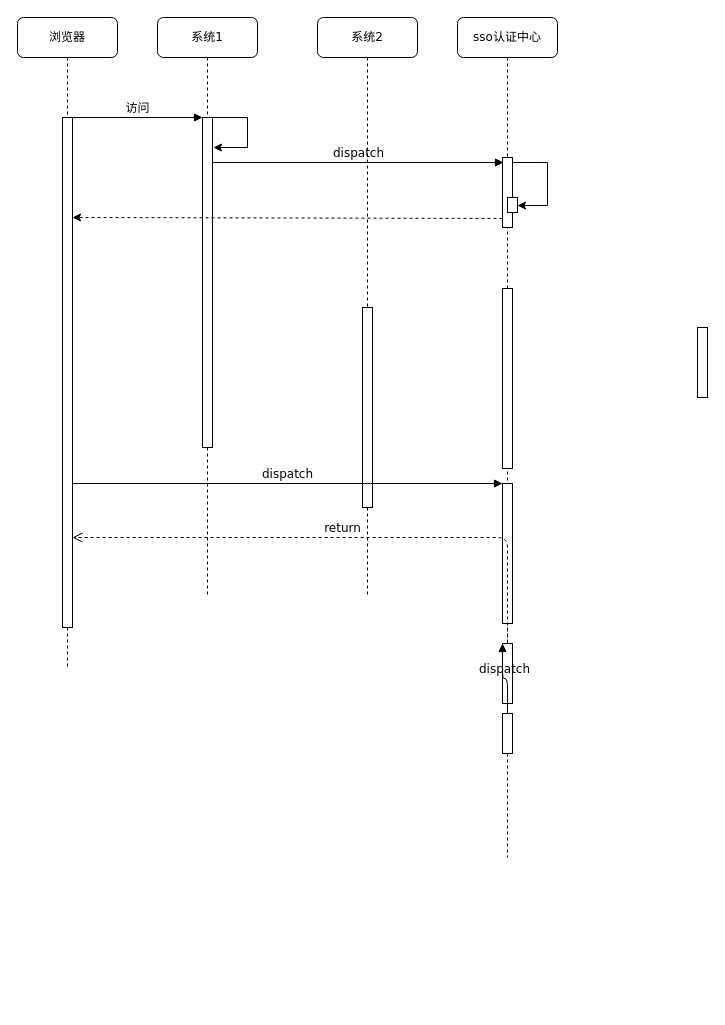
sun-beijixing/drawio keeps this draw.io diagram as page "第 1 页" (1 of 2) of 东庄信息化项目-统一权限管理-单点登录.drawio. Above is the earlier version. Source tidied: cells renumbered, new cells numbered last; positions are measured from the earlier drawing's top-left corner, leaving out a move shared by most shapes. Both pictures are drawn from the tidied source at 100%, with x=0, y=0 at pixel (17, 17).
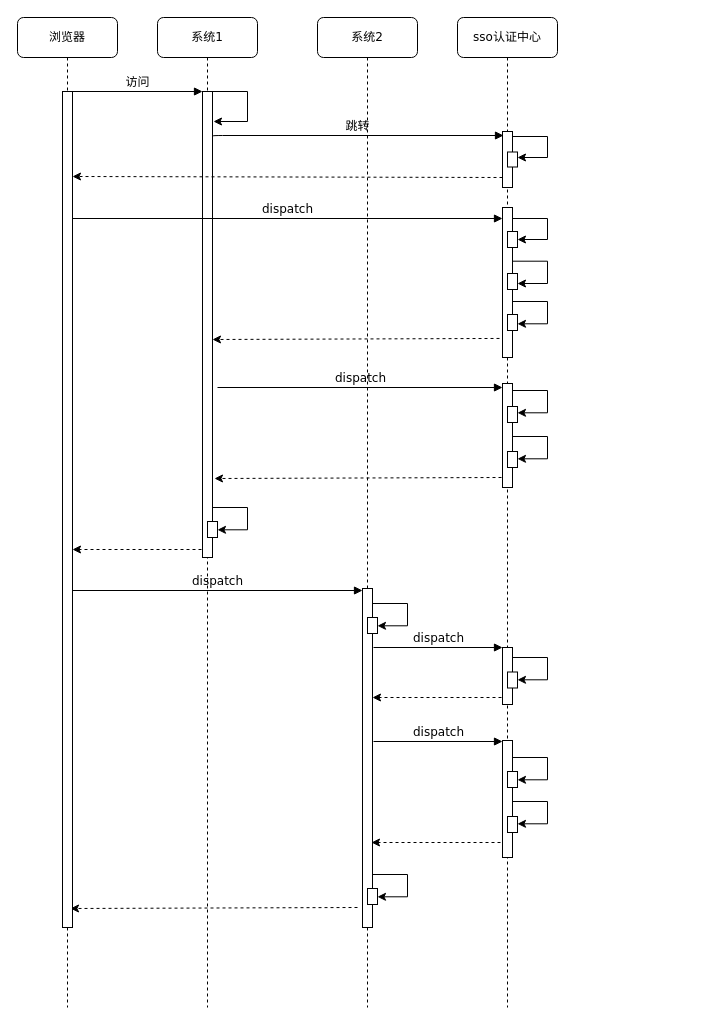
The same diagram, later.

Commit message (it also covers changes not shown here):
Update 东庄信息化项目-统一权限管理-单点登录.drawio

Diff of the diagram source:
```diff
@@
+    <mxCell id="7" value="sso认证中心" style="shape=umlLifeline;perimeter=lifelinePerimeter;whiteSpace=wrap;html=1;rounded=1;shadow=0;comic=0;labelBackgroundColor=none;strokeWidth=1;fontFamily=Verdana;fontSize=12;align=center;" parent="1" vertex="1">
+      <mxGeometry x="440" width="100" height="990" as="geometry" />
+    </mxCell>
+    <mxCell id="8" style="html=1;points=[];perimeter=orthogonalPerimeter;rounded=0;shadow=0;comic=0;labelBackgroundColor=none;strokeWidth=1;fontFamily=Verdana;fontSize=12;align=center;" parent="7" vertex="1">
+      <mxGeometry x="45" y="114" width="10" height="56" as="geometry" />
+    </mxCell>
+    <mxCell id="9" style="html=1;points=[];perimeter=orthogonalPerimeter;rounded=0;shadow=0;comic=0;labelBackgroundColor=none;strokeWidth=1;fontFamily=Verdana;fontSize=12;align=center;" parent="7" vertex="1">
+      <mxGeometry x="45" y="190" width="10" height="150" as="geometry" />
+    </mxCell>
+    <mxCell id="13" style="html=1;perimeter=orthogonalPerimeter;rounded=0;shadow=0;comic=0;labelBackgroundColor=none;strokeWidth=1;fontFamily=Verdana;fontSize=12;align=center;" parent="7" vertex="1">
+      <mxGeometry x="50" y="134.5" width="10" height="15" as="geometry" />
+    </mxCell>
+    <mxCell id="14" style="endArrow=classic;html=1;exitX=1;exitY=0.071;exitDx=0;exitDy=0;exitPerimeter=0;edgeStyle=orthogonalEdgeStyle;jumpSize=0;rounded=0;" parent="7" edge="1" source="8">
+      <mxGeometry relative="1" as="geometry">
+        <mxPoint x="60" y="140" as="targetPoint" />
+        <Array as="points">
+          <mxPoint x="90" y="119" />
+          <mxPoint x="90" y="140" />
+          <mxPoint x="60" y="140" />
+        </Array>
+      </mxGeometry>
+    </mxCell>
+    <mxCell id="23" style="html=1;perimeter=orthogonalPerimeter;rounded=0;shadow=0;comic=0;labelBackgroundColor=none;strokeWidth=1;fontFamily=Verdana;fontSize=12;align=center;" parent="7" vertex="1">
+      <mxGeometry x="50" y="214" width="10" height="16" as="geometry" />
+    </mxCell>
+    <mxCell id="24" style="html=1;perimeter=orthogonalPerimeter;rounded=0;shadow=0;comic=0;labelBackgroundColor=none;strokeWidth=1;fontFamily=Verdana;fontSize=12;align=center;" parent="7" vertex="1">
+      <mxGeometry x="50" y="297" width="10" height="16" as="geometry" />
+    </mxCell>
+    <mxCell id="25" style="html=1;perimeter=orthogonalPerimeter;rounded=0;shadow=0;comic=0;labelBackgroundColor=none;strokeWidth=1;fontFamily=Verdana;fontSize=12;align=center;" parent="7" vertex="1">
+      <mxGeometry x="50" y="256" width="10" height="16" as="geometry" />
+    </mxCell>
+    <mxCell id="26" style="html=1;perimeter=orthogonalPerimeter;rounded=0;shadow=0;comic=0;labelBackgroundColor=none;strokeWidth=1;fontFamily=Verdana;fontSize=12;align=center;" parent="7" vertex="1">
+      <mxGeometry x="45" y="366" width="10" height="104" as="geometry" />
+    </mxCell>
+    <mxCell id="27" style="html=1;perimeter=orthogonalPerimeter;rounded=0;shadow=0;comic=0;labelBackgroundColor=none;strokeWidth=1;fontFamily=Verdana;fontSize=12;align=center;" parent="7" vertex="1">
+      <mxGeometry x="50" y="389" width="10" height="16" as="geometry" />
+    </mxCell>
+    <mxCell id="28" style="html=1;perimeter=orthogonalPerimeter;rounded=0;shadow=0;comic=0;labelBackgroundColor=none;strokeWidth=1;fontFamily=Verdana;fontSize=12;align=center;" parent="7" vertex="1">
+      <mxGeometry x="50" y="434" width="10" height="16" as="geometry" />
+    </mxCell>
+    <mxCell id="29" style="html=1;perimeter=orthogonalPerimeter;rounded=0;shadow=0;comic=0;labelBackgroundColor=none;strokeWidth=1;fontFamily=Verdana;fontSize=12;align=center;" parent="7" vertex="1">
+      <mxGeometry x="45" y="723" width="10" height="117" as="geometry" />
+    </mxCell>
+    <mxCell id="30" style="html=1;perimeter=orthogonalPerimeter;rounded=0;shadow=0;comic=0;labelBackgroundColor=none;strokeWidth=1;fontFamily=Verdana;fontSize=12;align=center;" parent="7" vertex="1">
+      <mxGeometry x="50" y="754" width="10" height="16" as="geometry" />
+    </mxCell>
+    <mxCell id="31" style="html=1;perimeter=orthogonalPerimeter;rounded=0;shadow=0;comic=0;labelBackgroundColor=none;strokeWidth=1;fontFamily=Verdana;fontSize=12;align=center;" parent="7" vertex="1">
+      <mxGeometry x="50" y="799" width="10" height="16" as="geometry" />
+    </mxCell>
+    <mxCell id="32" style="html=1;perimeter=orthogonalPerimeter;rounded=0;shadow=0;comic=0;labelBackgroundColor=none;strokeWidth=1;fontFamily=Verdana;fontSize=12;align=center;" parent="7" vertex="1">
+      <mxGeometry x="45" y="630" width="10" height="57" as="geometry" />
+    </mxCell>
+    <mxCell id="33" style="html=1;perimeter=orthogonalPerimeter;rounded=0;shadow=0;comic=0;labelBackgroundColor=none;strokeWidth=1;fontFamily=Verdana;fontSize=12;align=center;" parent="7" vertex="1">
+      <mxGeometry x="50" y="654.5" width="10" height="16" as="geometry" />
+    </mxCell>
+    <mxCell id="34" style="endArrow=classic;html=1;exitX=1;exitY=0.071;exitDx=0;exitDy=0;exitPerimeter=0;edgeStyle=orthogonalEdgeStyle;jumpSize=0;rounded=0;" parent="7" edge="1">
+      <mxGeometry relative="1" as="geometry">
+        <mxPoint x="55" y="243.7" as="sourcePoint" />
+        <mxPoint x="60" y="266" as="targetPoint" />
+        <Array as="points">
+          <mxPoint x="90" y="244" />
+          <mxPoint x="90" y="266" />
+          <mxPoint x="60" y="266" />
+        </Array>
+      </mxGeometry>
+    </mxCell>
+    <mxCell id="35" style="endArrow=classic;html=1;exitX=1;exitY=0.071;exitDx=0;exitDy=0;exitPerimeter=0;edgeStyle=orthogonalEdgeStyle;jumpSize=0;rounded=0;" parent="7" edge="1">
+      <mxGeometry relative="1" as="geometry">
+        <mxPoint x="55" y="200" as="sourcePoint" />
+        <mxPoint x="60" y="222" as="targetPoint" />
+        <Array as="points">
+          <mxPoint x="90" y="201" />
+          <mxPoint x="90" y="222" />
+          <mxPoint x="60" y="222" />
+        </Array>
+      </mxGeometry>
+    </mxCell>
+    <mxCell id="36" style="endArrow=classic;html=1;exitX=1;exitY=0.071;exitDx=0;exitDy=0;exitPerimeter=0;edgeStyle=orthogonalEdgeStyle;jumpSize=0;rounded=0;" parent="7" edge="1">
+      <mxGeometry relative="1" as="geometry">
+        <mxPoint x="55" y="284" as="sourcePoint" />
+        <mxPoint x="60" y="306.3" as="targetPoint" />
+        <Array as="points">
+          <mxPoint x="90" y="284.3" />
+          <mxPoint x="90" y="306.3" />
+          <mxPoint x="60" y="306.3" />
+        </Array>
+      </mxGeometry>
+    </mxCell>
+    <mxCell id="37" style="endArrow=classic;html=1;exitX=1;exitY=0.071;exitDx=0;exitDy=0;exitPerimeter=0;edgeStyle=orthogonalEdgeStyle;jumpSize=0;rounded=0;" parent="7" edge="1">
+      <mxGeometry relative="1" as="geometry">
+        <mxPoint x="55" y="373" as="sourcePoint" />
+        <mxPoint x="60" y="395.3" as="targetPoint" />
+        <Array as="points">
+          <mxPoint x="90" y="373.3" />
+          <mxPoint x="90" y="395.3" />
+          <mxPoint x="60" y="395.3" />
+        </Array>
+      </mxGeometry>
+    </mxCell>
+    <mxCell id="38" style="endArrow=classic;html=1;exitX=1;exitY=0.071;exitDx=0;exitDy=0;exitPerimeter=0;edgeStyle=orthogonalEdgeStyle;jumpSize=0;rounded=0;" parent="7" edge="1">
+      <mxGeometry relative="1" as="geometry">
+        <mxPoint x="55" y="419" as="sourcePoint" />
+        <mxPoint x="60" y="441.3" as="targetPoint" />
+        <Array as="points">
+          <mxPoint x="90" y="419.3" />
+          <mxPoint x="90" y="441.3" />
+          <mxPoint x="60" y="441.3" />
+        </Array>
+      </mxGeometry>
+    </mxCell>
+    <mxCell id="39" style="endArrow=classic;html=1;exitX=1;exitY=0.071;exitDx=0;exitDy=0;exitPerimeter=0;edgeStyle=orthogonalEdgeStyle;jumpSize=0;rounded=0;" parent="7" edge="1">
+      <mxGeometry relative="1" as="geometry">
+        <mxPoint x="55" y="640" as="sourcePoint" />
+        <mxPoint x="60" y="662.3" as="targetPoint" />
+        <Array as="points">
+          <mxPoint x="90" y="640.3" />
+          <mxPoint x="90" y="662.3" />
+          <mxPoint x="60" y="662.3" />
+        </Array>
+      </mxGeometry>
+    </mxCell>
+    <mxCell id="40" style="endArrow=classic;html=1;exitX=1;exitY=0.071;exitDx=0;exitDy=0;exitPerimeter=0;edgeStyle=orthogonalEdgeStyle;jumpSize=0;rounded=0;" parent="7" edge="1">
+      <mxGeometry relative="1" as="geometry">
+        <mxPoint x="55" y="740" as="sourcePoint" />
+        <mxPoint x="60" y="762.3" as="targetPoint" />
+        <Array as="points">
+          <mxPoint x="90" y="740.3" />
+          <mxPoint x="90" y="762.3" />
+          <mxPoint x="60" y="762.3" />
+        </Array>
+      </mxGeometry>
+    </mxCell>
+    <mxCell id="41" style="endArrow=classic;html=1;exitX=1;exitY=0.071;exitDx=0;exitDy=0;exitPerimeter=0;edgeStyle=orthogonalEdgeStyle;jumpSize=0;rounded=0;" parent="7" edge="1">
+      <mxGeometry relative="1" as="geometry">
+        <mxPoint x="55" y="784" as="sourcePoint" />
+        <mxPoint x="60" y="806.3" as="targetPoint" />
+        <Array as="points">
+          <mxPoint x="90" y="784.3" />
+          <mxPoint x="90" y="806.3" />
+          <mxPoint x="60" y="806.3" />
+        </Array>
+      </mxGeometry>
+    </mxCell>
     <mxCell id="2" value="系统1" style="shape=umlLifeline;perimeter=lifelinePerimeter;whiteSpace=wrap;html=1;rounded=1;shadow=0;comic=0;labelBackgroundColor=none;strokeWidth=1;fontFamily=Verdana;fontSize=12;align=center;" parent="1" vertex="1">
-      <mxGeometry x="140" width="100" height="580" as="geometry" />
+      <mxGeometry x="140" width="100" height="990" as="geometry" />
     </mxCell>
     <mxCell id="3" style="html=1;points=[];perimeter=orthogonalPerimeter;rounded=0;shadow=0;comic=0;labelBackgroundColor=none;strokeWidth=1;fontFamily=Verdana;fontSize=12;align=center;" parent="2" vertex="1">
-      <mxGeometry x="45" y="100" width="10" height="330" as="geometry" />
+      <mxGeometry x="45" y="74" width="10" height="466" as="geometry" />
     </mxCell>
     <mxCell id="4" style="endArrow=classic;html=1;exitX=1;exitY=0.071;exitDx=0;exitDy=0;exitPerimeter=0;edgeStyle=orthogonalEdgeStyle;jumpSize=0;rounded=0;" parent="2" edge="1">
       <mxGeometry relative="1" as="geometry">
-        <mxPoint x="55" y="100" as="sourcePoint" />
-        <mxPoint x="56" y="130" as="targetPoint" />
+        <mxPoint x="55" y="74" as="sourcePoint" />
+        <mxPoint x="56" y="104" as="targetPoint" />
         <Array as="points">
-          <mxPoint x="90" y="100" />
-          <mxPoint x="90" y="130" />
-          <mxPoint x="56" y="130" />
+          <mxPoint x="90" y="74" />
+          <mxPoint x="90" y="104" />
+          <mxPoint x="56" y="104" />
         </Array>
       </mxGeometry>
     </mxCell>
+    <mxCell id="42" style="html=1;perimeter=orthogonalPerimeter;rounded=0;shadow=0;comic=0;labelBackgroundColor=none;strokeWidth=1;fontFamily=Verdana;fontSize=12;align=center;" parent="2" vertex="1">
+      <mxGeometry x="50" y="504" width="10" height="16" as="geometry" />
+    </mxCell>
+    <mxCell id="43" style="endArrow=classic;html=1;exitX=1;exitY=0.071;exitDx=0;exitDy=0;exitPerimeter=0;edgeStyle=orthogonalEdgeStyle;jumpSize=0;rounded=0;" parent="2" edge="1">
+      <mxGeometry relative="1" as="geometry">
+        <mxPoint x="55" y="490" as="sourcePoint" />
+        <mxPoint x="60" y="512.3" as="targetPoint" />
+        <Array as="points">
+          <mxPoint x="90" y="490.3" />
+          <mxPoint x="90" y="512.3" />
+          <mxPoint x="60" y="512.3" />
+        </Array>
+      </mxGeometry>
+    </mxCell>
+    <mxCell id="44" value="dispatch" style="html=1;verticalAlign=bottom;endArrow=block;entryX=0;entryY=0;labelBackgroundColor=none;fontFamily=Verdana;fontSize=12;" parent="2" edge="1">
+      <mxGeometry relative="1" as="geometry">
+        <mxPoint x="-85" y="573" as="sourcePoint" />
+        <mxPoint x="205" y="573" as="targetPoint" />
+      </mxGeometry>
+    </mxCell>
+    <mxCell id="45" style="endArrow=classic;html=1;rounded=0;jumpSize=0;dashed=1;exitX=-0.3;exitY=0.873;exitDx=0;exitDy=0;exitPerimeter=0;" parent="2" edge="1">
+      <mxGeometry relative="1" as="geometry">
+        <mxPoint x="200" y="890" as="sourcePoint" />
+        <mxPoint x="-87" y="891" as="targetPoint" />
+      </mxGeometry>
+    </mxCell>
     <mxCell id="5" value="系统2" style="shape=umlLifeline;perimeter=lifelinePerimeter;whiteSpace=wrap;html=1;rounded=1;shadow=0;comic=0;labelBackgroundColor=none;strokeWidth=1;fontFamily=Verdana;fontSize=12;align=center;" parent="1" vertex="1">
-      <mxGeometry x="300" width="100" height="580" as="geometry" />
+      <mxGeometry x="300" width="100" height="990" as="geometry" />
     </mxCell>
     <mxCell id="6" style="html=1;perimeter=orthogonalPerimeter;rounded=0;shadow=0;comic=0;labelBackgroundColor=none;strokeWidth=1;fontFamily=Verdana;fontSize=12;align=center;" parent="5" vertex="1">
-      <mxGeometry x="45" y="290" width="10" height="200" as="geometry" />
+      <mxGeometry x="45" y="571" width="10" height="339" as="geometry" />
     </mxCell>
-    <mxCell id="7" value="sso认证中心" style="shape=umlLifeline;perimeter=lifelinePerimeter;whiteSpace=wrap;html=1;rounded=1;shadow=0;comic=0;labelBackgroundColor=none;strokeWidth=1;fontFamily=Verdana;fontSize=12;align=center;" parent="1" vertex="1">
-      <mxGeometry x="440" width="100" height="840" as="geometry" />
-    </mxCell>
-    <mxCell id="8" style="html=1;points=[];perimeter=orthogonalPerimeter;rounded=0;shadow=0;comic=0;labelBackgroundColor=none;strokeWidth=1;fontFamily=Verdana;fontSize=12;align=center;" parent="7" vertex="1">
-      <mxGeometry x="45" y="140" width="10" height="70" as="geometry" />
-    </mxCell>
-    <mxCell id="9" style="html=1;points=[];perimeter=orthogonalPerimeter;rounded=0;shadow=0;comic=0;labelBackgroundColor=none;strokeWidth=1;fontFamily=Verdana;fontSize=12;align=center;" parent="7" vertex="1">
-      <mxGeometry x="45" y="271" width="10" height="180" as="geometry" />
-    </mxCell>
-    <mxCell id="10" style="html=1;points=[];perimeter=orthogonalPerimeter;rounded=0;shadow=0;comic=0;labelBackgroundColor=none;strokeWidth=1;fontFamily=Verdana;fontSize=12;align=center;" parent="7" vertex="1">
-      <mxGeometry x="45" y="626" width="10" height="60" as="geometry" />
-    </mxCell>
-    <mxCell id="11" style="html=1;points=[];perimeter=orthogonalPerimeter;rounded=0;shadow=0;comic=0;labelBackgroundColor=none;strokeWidth=1;fontFamily=Verdana;fontSize=12;align=center;" parent="7" vertex="1">
-      <mxGeometry x="45" y="696" width="10" height="40" as="geometry" />
-    </mxCell>
-    <mxCell id="12" value="dispatch" style="html=1;verticalAlign=bottom;endArrow=block;entryX=0;entryY=0;labelBackgroundColor=none;fontFamily=Verdana;fontSize=12;edgeStyle=elbowEdgeStyle;elbow=vertical;" parent="7" edge="1" source="11" target="10">
-      <mxGeometry relative="1" as="geometry" />
-    </mxCell>
-    <mxCell id="13" style="html=1;perimeter=orthogonalPerimeter;rounded=0;shadow=0;comic=0;labelBackgroundColor=none;strokeWidth=1;fontFamily=Verdana;fontSize=12;align=center;" parent="7" vertex="1">
-      <mxGeometry x="50" y="180" width="10" height="15" as="geometry" />
-    </mxCell>
-    <mxCell id="14" style="endArrow=classic;html=1;exitX=1;exitY=0.071;exitDx=0;exitDy=0;exitPerimeter=0;edgeStyle=orthogonalEdgeStyle;jumpSize=0;rounded=0;" parent="7" edge="1" source="8">
-      <mxGeometry relative="1" as="geometry">
-        <mxPoint x="60" y="188" as="targetPoint" />
-        <Array as="points">
-          <mxPoint x="90" y="145" />
-          <mxPoint x="90" y="188" />
-        </Array>
-      </mxGeometry>
-    </mxCell>
+    <mxCell id="46" value="dispatch" style="html=1;verticalAlign=bottom;endArrow=block;entryX=0;entryY=0;labelBackgroundColor=none;fontFamily=Verdana;fontSize=12;" parent="5" edge="1">
+      <mxGeometry relative="1" as="geometry">
+        <mxPoint x="-100" y="370" as="sourcePoint" />
+        <mxPoint x="185" y="370" as="targetPoint" />
+      </mxGeometry>
+    </mxCell>
+    <mxCell id="47" value="dispatch" style="html=1;verticalAlign=bottom;endArrow=block;entryX=0;entryY=0;labelBackgroundColor=none;fontFamily=Verdana;fontSize=12;" parent="5" edge="1">
+      <mxGeometry relative="1" as="geometry">
+        <mxPoint x="56" y="630" as="sourcePoint" />
+        <mxPoint x="185" y="630" as="targetPoint" />
+      </mxGeometry>
+    </mxCell>
+    <mxCell id="48" style="endArrow=classic;html=1;rounded=0;jumpSize=0;dashed=1;" parent="5" edge="1">
+      <mxGeometry relative="1" as="geometry">
+        <mxPoint x="184" y="680" as="sourcePoint" />
+        <mxPoint x="55" y="680" as="targetPoint" />
+      </mxGeometry>
+    </mxCell>
     <mxCell id="15" value="浏览器" style="shape=umlLifeline;perimeter=lifelinePerimeter;whiteSpace=wrap;html=1;rounded=1;shadow=0;comic=0;labelBackgroundColor=none;strokeWidth=1;fontFamily=Verdana;fontSize=12;align=center;" parent="1" vertex="1">
-      <mxGeometry width="100" height="650" as="geometry" />
+      <mxGeometry width="100" height="990" as="geometry" />
     </mxCell>
     <mxCell id="16" style="html=1;points=[];perimeter=orthogonalPerimeter;rounded=0;shadow=0;comic=0;labelBackgroundColor=none;strokeWidth=1;fontFamily=Verdana;fontSize=12;align=center;" parent="15" vertex="1">
-      <mxGeometry x="45" y="100" width="10" height="510" as="geometry" />
+      <mxGeometry x="45" y="74" width="10" height="836" as="geometry" />
     </mxCell>
-    <mxCell id="17" style="endArrow=classic;html=1;rounded=0;jumpSize=0;dashed=1;exitX=0;exitY=0.871;exitDx=0;exitDy=0;exitPerimeter=0;" parent="15" edge="1" source="8">
+    <mxCell id="17" style="endArrow=classic;html=1;rounded=0;jumpSize=0;dashed=1;exitX=0;exitY=0.871;exitDx=0;exitDy=0;exitPerimeter=0;" parent="15" edge="1">
       <mxGeometry relative="1" as="geometry">
-        <mxPoint x="55" y="200" as="targetPoint" />
+        <mxPoint x="485" y="160" as="sourcePoint" />
+        <mxPoint x="55" y="159" as="targetPoint" />
       </mxGeometry>
     </mxCell>
-    <mxCell id="18" style="html=1;points=[];perimeter=orthogonalPerimeter;rounded=0;shadow=0;comic=0;labelBackgroundColor=none;strokeWidth=1;fontFamily=Verdana;fontSize=12;align=center;" parent="1" vertex="1">
-      <mxGeometry x="485" y="466" width="10" height="140" as="geometry" />
-    </mxCell>
-    <mxCell id="19" value="dispatch" style="html=1;verticalAlign=bottom;endArrow=block;entryX=0;entryY=0;labelBackgroundColor=none;fontFamily=Verdana;fontSize=12;" parent="1" edge="1" source="16" target="18">
-      <mxGeometry relative="1" as="geometry" />
+    <mxCell id="19" value="dispatch" style="html=1;verticalAlign=bottom;endArrow=block;entryX=0;entryY=0;labelBackgroundColor=none;fontFamily=Verdana;fontSize=12;" parent="1" edge="1">
+      <mxGeometry relative="1" as="geometry">
+        <mxPoint x="55" y="201" as="sourcePoint" />
+        <mxPoint x="485" y="201" as="targetPoint" />
+      </mxGeometry>
     </mxCell>
-    <mxCell id="20" value="return" style="html=1;verticalAlign=bottom;endArrow=open;dashed=1;endSize=8;labelBackgroundColor=none;fontFamily=Verdana;fontSize=12;edgeStyle=elbowEdgeStyle;elbow=vertical;" parent="1" edge="1" source="10" target="16">
-      <mxGeometry relative="1" as="geometry">
-        <Array as="points">
-          <mxPoint x="470" y="520" />
-        </Array>
-      </mxGeometry>
-    </mxCell>
@@
-    <mxCell id="22" value="dispatch" style="html=1;verticalAlign=bottom;endArrow=block;entryX=0.1;entryY=0.071;labelBackgroundColor=none;fontFamily=Verdana;fontSize=12;edgeStyle=elbowEdgeStyle;elbow=vertical;entryDx=0;entryDy=0;entryPerimeter=0;" parent="1" edge="1" target="8">
+    <mxCell id="22" value="跳转" style="html=1;verticalAlign=bottom;endArrow=block;entryX=0.1;entryY=0.071;labelBackgroundColor=none;fontFamily=Verdana;fontSize=12;edgeStyle=elbowEdgeStyle;elbow=vertical;entryDx=0;entryDy=0;entryPerimeter=0;" parent="1" edge="1" target="8">
       <mxGeometry relative="1" as="geometry">
-        <mxPoint x="195" y="145" as="sourcePoint" />
-        <Array as="points">
-          <mxPoint x="480" y="145" />
-        </Array>
+        <mxPoint x="195" y="119" as="sourcePoint" />
       </mxGeometry>
     </mxCell>
-    <mxCell id="23" style="html=1;perimeter=orthogonalPerimeter;rounded=0;shadow=0;comic=0;labelBackgroundColor=none;strokeWidth=1;fontFamily=Verdana;fontSize=12;align=center;" parent="1" vertex="1">
-      <mxGeometry x="680" y="310" width="10" height="70" as="geometry" />
-    </mxCell>
+    <mxCell id="49" style="endArrow=classic;html=1;rounded=0;jumpSize=0;dashed=1;exitX=-0.3;exitY=0.873;exitDx=0;exitDy=0;exitPerimeter=0;" parent="1" edge="1" source="9">
+      <mxGeometry relative="1" as="geometry">
+        <mxPoint x="195" y="322" as="targetPoint" />
+      </mxGeometry>
+    </mxCell>
+    <mxCell id="50" style="endArrow=classic;html=1;rounded=0;jumpSize=0;dashed=1;exitX=-0.3;exitY=0.873;exitDx=0;exitDy=0;exitPerimeter=0;" parent="1" edge="1">
+      <mxGeometry relative="1" as="geometry">
+        <mxPoint x="484" y="460" as="sourcePoint" />
+        <mxPoint x="197" y="461" as="targetPoint" />
+      </mxGeometry>
+    </mxCell>
+    <mxCell id="51" style="endArrow=classic;html=1;rounded=0;jumpSize=0;dashed=1;" parent="1" edge="1">
+      <mxGeometry relative="1" as="geometry">
+        <mxPoint x="184" y="532" as="sourcePoint" />
+        <mxPoint x="55" y="532" as="targetPoint" />
+      </mxGeometry>
+    </mxCell>
+    <mxCell id="52" style="html=1;perimeter=orthogonalPerimeter;rounded=0;shadow=0;comic=0;labelBackgroundColor=none;strokeWidth=1;fontFamily=Verdana;fontSize=12;align=center;" parent="1" vertex="1">
+      <mxGeometry x="350" y="600" width="10" height="16" as="geometry" />
+    </mxCell>
+    <mxCell id="53" style="endArrow=classic;html=1;exitX=1;exitY=0.071;exitDx=0;exitDy=0;exitPerimeter=0;edgeStyle=orthogonalEdgeStyle;jumpSize=0;rounded=0;" parent="1" edge="1">
+      <mxGeometry relative="1" as="geometry">
+        <mxPoint x="355" y="586" as="sourcePoint" />
+        <mxPoint x="360" y="608.3" as="targetPoint" />
+        <Array as="points">
+          <mxPoint x="390" y="586.3" />
+          <mxPoint x="390" y="608.3" />
+          <mxPoint x="360" y="608.3" />
+        </Array>
+      </mxGeometry>
+    </mxCell>
+    <mxCell id="54" value="dispatch" style="html=1;verticalAlign=bottom;endArrow=block;entryX=0;entryY=0;labelBackgroundColor=none;fontFamily=Verdana;fontSize=12;" parent="1" edge="1">
+      <mxGeometry relative="1" as="geometry">
+        <mxPoint x="356" y="724" as="sourcePoint" />
+        <mxPoint x="485" y="724" as="targetPoint" />
+      </mxGeometry>
+    </mxCell>
+    <mxCell id="55" style="endArrow=classic;html=1;rounded=0;jumpSize=0;dashed=1;" parent="1" edge="1">
+      <mxGeometry relative="1" as="geometry">
+        <mxPoint x="483" y="825" as="sourcePoint" />
+        <mxPoint x="354" y="825" as="targetPoint" />
+      </mxGeometry>
+    </mxCell>
+    <mxCell id="56" style="html=1;perimeter=orthogonalPerimeter;rounded=0;shadow=0;comic=0;labelBackgroundColor=none;strokeWidth=1;fontFamily=Verdana;fontSize=12;align=center;" parent="1" vertex="1">
+      <mxGeometry x="350" y="871" width="10" height="16" as="geometry" />
+    </mxCell>
+    <mxCell id="57" style="endArrow=classic;html=1;exitX=1;exitY=0.071;exitDx=0;exitDy=0;exitPerimeter=0;edgeStyle=orthogonalEdgeStyle;jumpSize=0;rounded=0;" parent="1" edge="1">
+      <mxGeometry relative="1" as="geometry">
+        <mxPoint x="355" y="857" as="sourcePoint" />
+        <mxPoint x="360" y="879.3" as="targetPoint" />
+        <Array as="points">
+          <mxPoint x="390" y="857.3" />
+          <mxPoint x="390" y="879.3" />
+          <mxPoint x="360" y="879.3" />
+        </Array>
+      </mxGeometry>
+    </mxCell>
```
